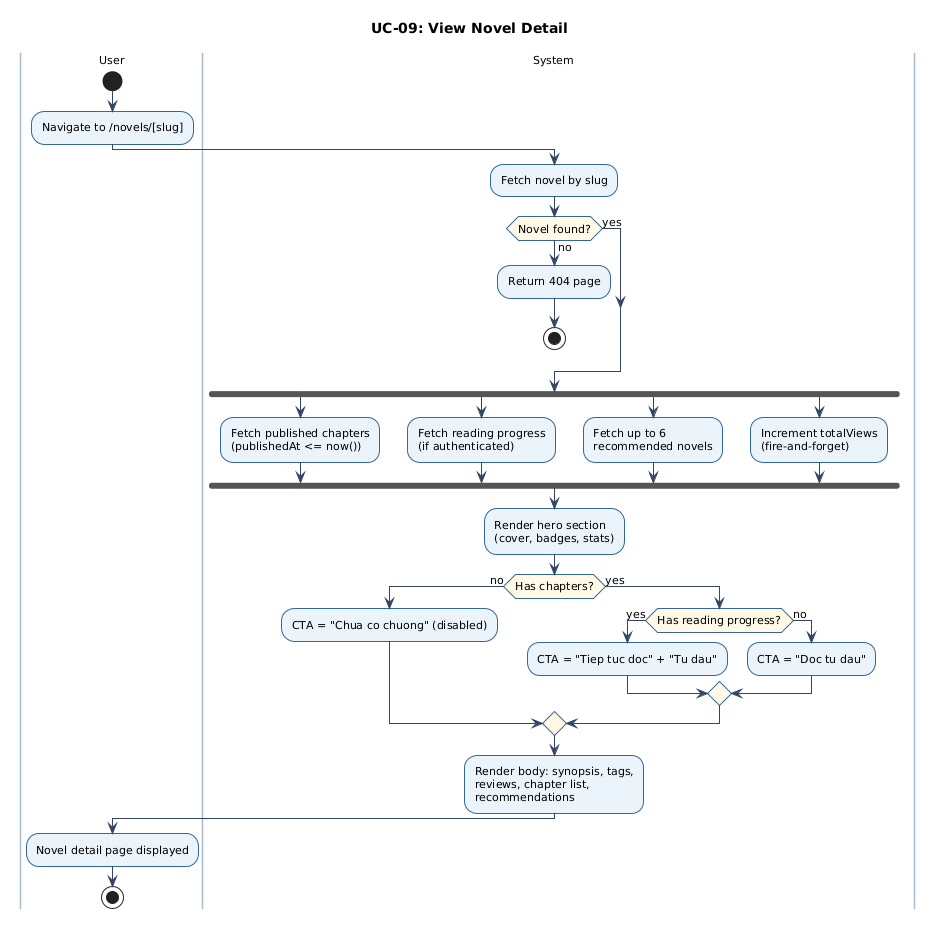
Before: docs/figures/uc-09-activity.png, a diagram exported from PlantUML (chinhbmt122/Software-Architecture). Source of this version:
```plantuml
@startuml
skinparam defaultFontName Arial
skinparam defaultFontSize 11
skinparam ArrowColor #334466
skinparam ActivityBorderColor #336699
skinparam ActivityBackgroundColor #EBF4FA
skinparam ActivityBorderThickness 1
skinparam ActivityDiamondBorderColor #336699
skinparam ActivityDiamondBackgroundColor #FFF9E6
skinparam NoteBackgroundColor #FFFCE0
skinparam NoteBorderColor #CCBB00
skinparam swimlaneBorderColor #AABBCC
skinparam swimlaneWidth 160
skinparam shadowing false
title UC-09: View Novel Detail
|User|
start
:Navigate to /novels/[slug];
|System|
:Fetch novel by slug;
if (Novel found?) then (no)
  :Return 404 page;
  stop
else (yes)
endif
fork
  :Fetch published chapters\n(publishedAt <= now());
fork again
  :Fetch reading progress\n(if authenticated);
fork again
  :Fetch up to 6\nrecommended novels;
fork again
  :Increment totalViews\n(fire-and-forget);
end fork
:Render hero section\n(cover, badges, stats);
if (Has chapters?) then (no)
  :CTA = "Chua co chuong" (disabled);
else (yes)
  if (Has reading progress?) then (yes)
    :CTA = "Tiep tuc doc" + "Tu dau";
  else (no)
    :CTA = "Doc tu dau";
  endif
endif
:Render body: synopsis, tags,\nreviews, chapter list,\nrecommendations;
|User|
:Novel detail page displayed;
stop
@enduml
```
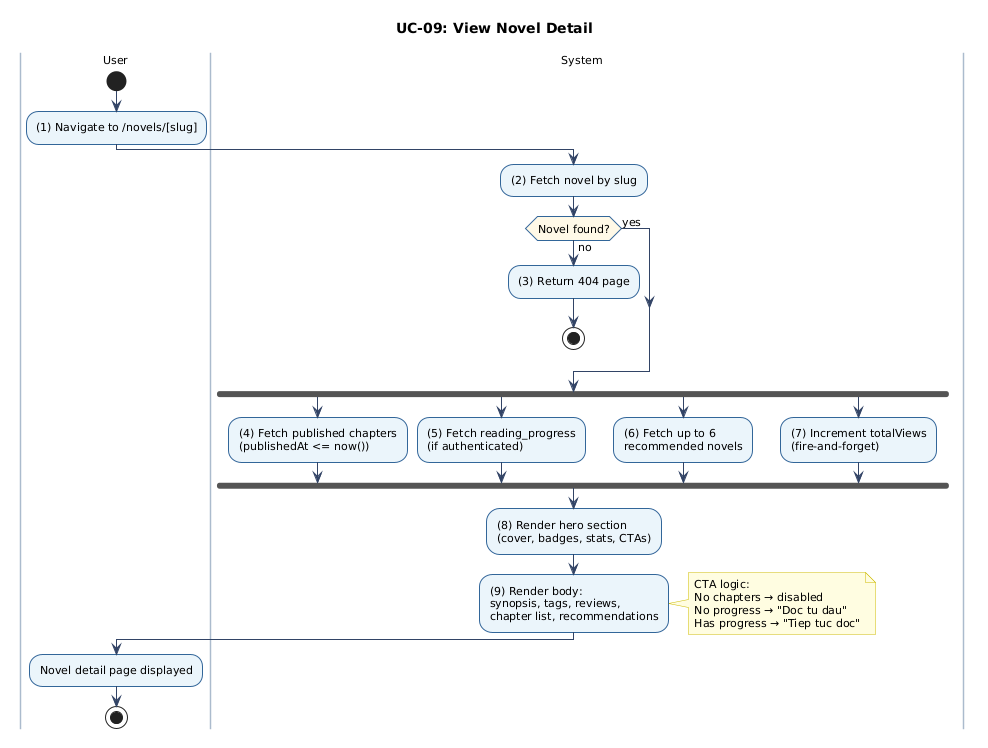
Above is the later version.

Diff of the diagram source:
```diff
@@ -15,34 +15,31 @@
 title UC-09: View Novel Detail
 |User|
 start
-:Navigate to /novels/[slug];
+:(1) Navigate to /novels/[slug];
 |System|
-:Fetch novel by slug;
+:(2) Fetch novel by slug;
 if (Novel found?) then (no)
-  :Return 404 page;
+  :(3) Return 404 page;
   stop
 else (yes)
 endif
 fork
-  :Fetch published chapters\n(publishedAt <= now());
+  :(4) Fetch published chapters\n(publishedAt <= now());
 fork again
-  :Fetch reading progress\n(if authenticated);
+  :(5) Fetch reading_progress\n(if authenticated);
 fork again
-  :Fetch up to 6\nrecommended novels;
+  :(6) Fetch up to 6\nrecommended novels;
 fork again
-  :Increment totalViews\n(fire-and-forget);
+  :(7) Increment totalViews\n(fire-and-forget);
 end fork
-:Render hero section\n(cover, badges, stats);
-if (Has chapters?) then (no)
-  :CTA = "Chua co chuong" (disabled);
-else (yes)
-  if (Has reading progress?) then (yes)
-    :CTA = "Tiep tuc doc" + "Tu dau";
-  else (no)
-    :CTA = "Doc tu dau";
-  endif
-endif
-:Render body: synopsis, tags,\nreviews, chapter list,\nrecommendations;
+:(8) Render hero section\n(cover, badges, stats, CTAs);
+:(9) Render body:\nsynopsis, tags, reviews,\nchapter list, recommendations;
+note right
+  CTA logic:
+  No chapters → disabled
+  No progress → "Doc tu dau"
+  Has progress → "Tiep tuc doc"
+end note
 |User|
 :Novel detail page displayed;
 stop
```
